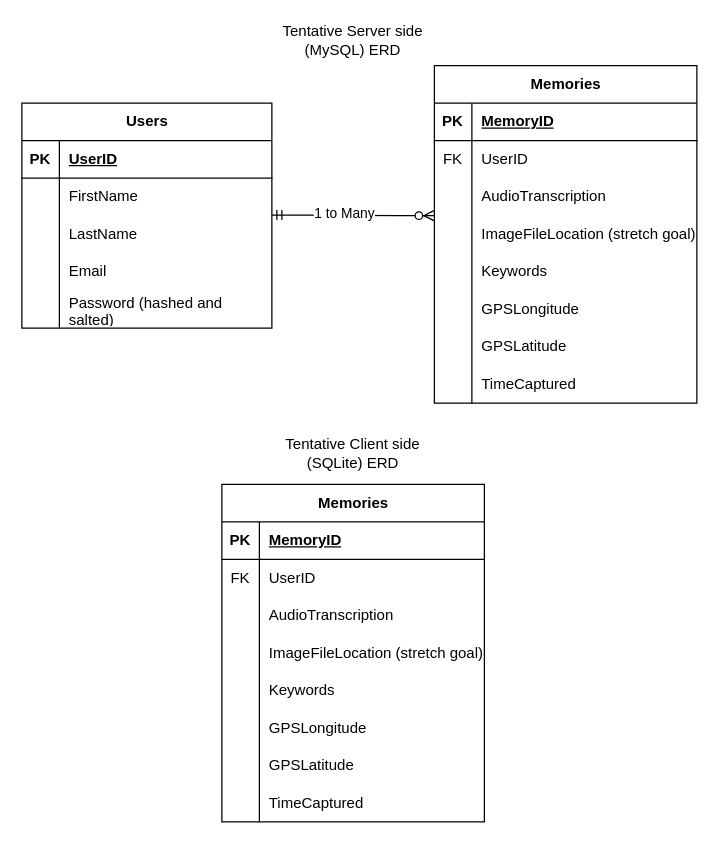
Earlier version of the draw.io diagram docs/database/ERDs.drawio (Encore-sd/Encore). Source tidied: cells renumbered, new cells numbered last; positions are measured from the earlier drawing's top-left corner, leaving out a move shared by most shapes. Both pictures are drawn from the tidied source at 125%, with x=0, y=0 at pixel (21, 21).
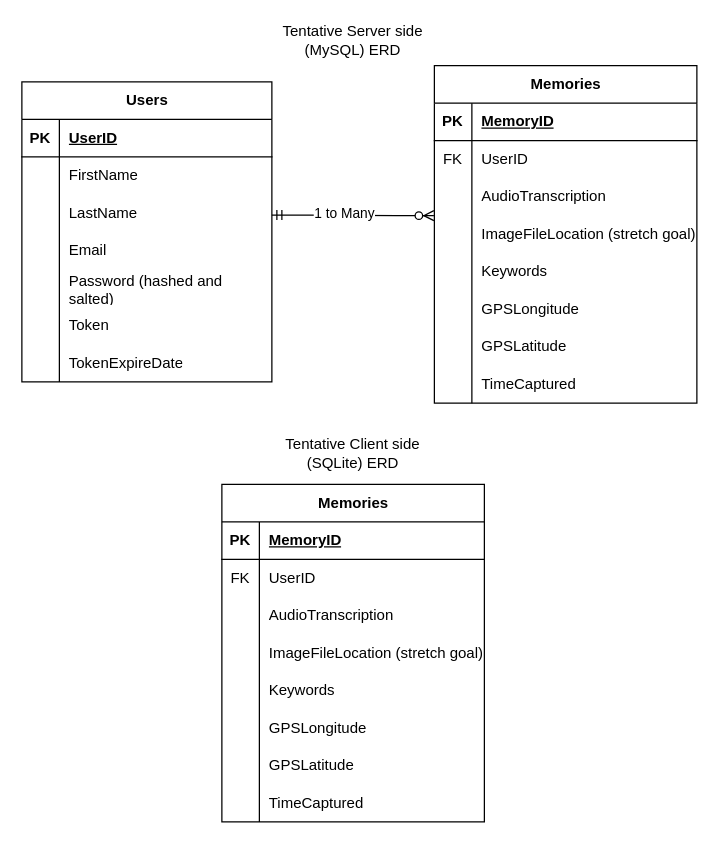
Above is the later version.

Commit message (it also covers changes not shown here):
docs(ERDs): Updated ERDs, added token

What changed in the source:
```diff
@@
     <mxCell id="2" value="Users" style="shape=table;startSize=30;childLayout=tableLayout;rowLines=0;fontStyle=1;align=center;html=1;" parent="1" vertex="1">
-      <mxGeometry y="65" width="200" height="180" as="geometry" />
+      <mxGeometry y="48" width="200" height="240" as="geometry" />
     </mxCell>
@@
+    <mxCell id="72" style="shape=tableRow;horizontal=0;startSize=0;swimlaneHead=0;swimlaneBody=0;fillColor=none;top=0;left=0;right=0;bottom=0;" parent="2" vertex="1">
+      <mxGeometry y="180" width="200" height="30" as="geometry" />
+    </mxCell>
+    <mxCell id="73" style="shape=partialRectangle;fillColor=none;top=0;left=0;bottom=0;right=0;overflow=hidden;whiteSpace=wrap;html=1;" parent="72" vertex="1">
+      <mxGeometry width="30" height="30" as="geometry" />
+    </mxCell>
+    <mxCell id="74" value="Token" style="shape=partialRectangle;fillColor=none;top=0;left=0;bottom=0;right=0;align=left;spacingLeft=6;overflow=hidden;whiteSpace=wrap;html=1;" parent="72" vertex="1">
+      <mxGeometry x="30" width="170" height="30" as="geometry" />
+    </mxCell>
+    <mxCell id="75" style="shape=tableRow;horizontal=0;startSize=0;swimlaneHead=0;swimlaneBody=0;fillColor=none;top=0;left=0;right=0;bottom=0;" parent="2" vertex="1">
+      <mxGeometry y="210" width="200" height="30" as="geometry" />
+    </mxCell>
+    <mxCell id="76" style="shape=partialRectangle;fillColor=none;top=0;left=0;bottom=0;right=0;overflow=hidden;whiteSpace=wrap;html=1;" parent="75" vertex="1">
+      <mxGeometry width="30" height="30" as="geometry" />
+    </mxCell>
+    <mxCell id="77" value="TokenExpireDate" style="shape=partialRectangle;fillColor=none;top=0;left=0;bottom=0;right=0;align=left;spacingLeft=6;overflow=hidden;whiteSpace=wrap;html=1;" parent="75" vertex="1">
+      <mxGeometry x="30" width="170" height="30" as="geometry" />
+    </mxCell>
```
